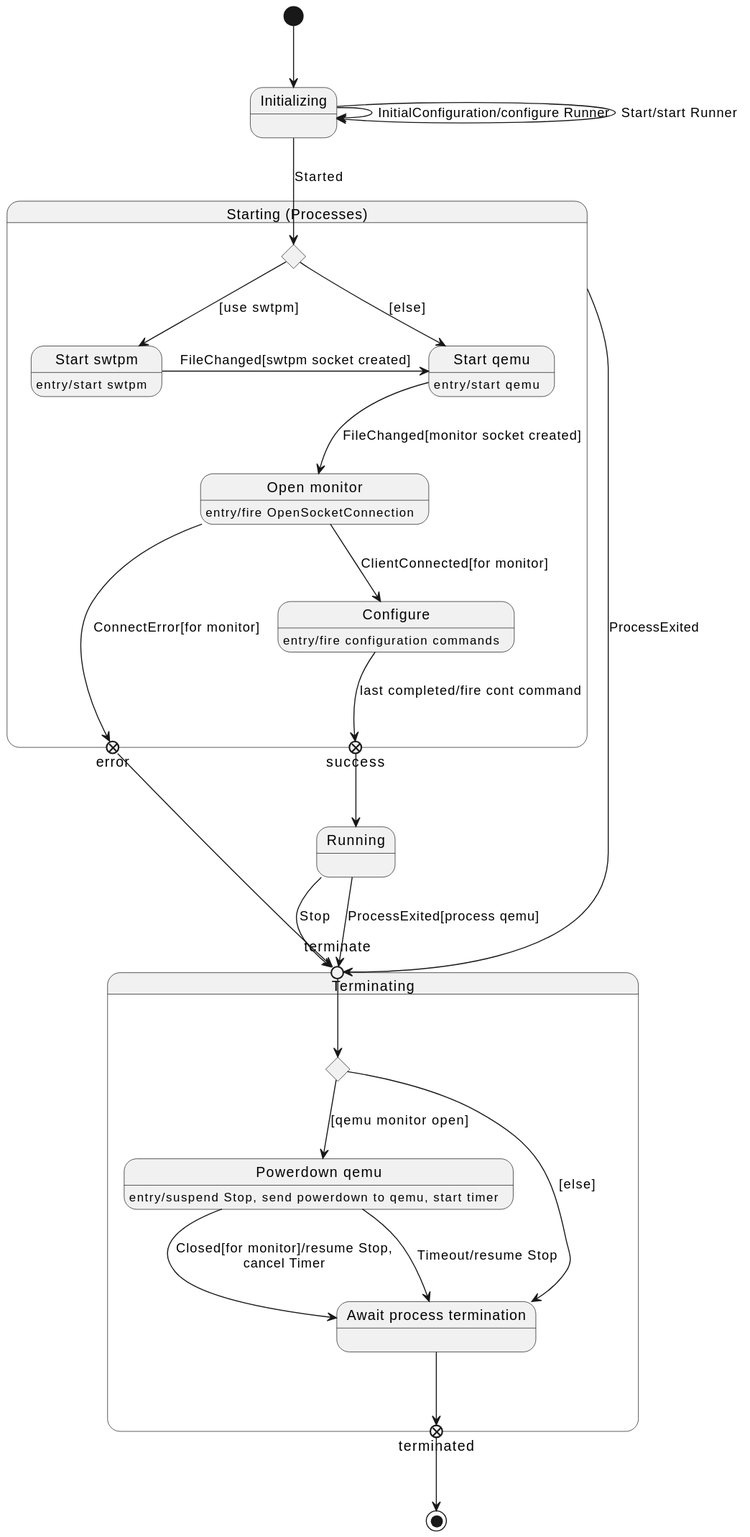
mnlipp/VM-Operator keeps this PlantUML diagram as javadoc/org/jdrupes/vmoperator/runner/qemu/RunnerStates.svg. Above is the earlier version.
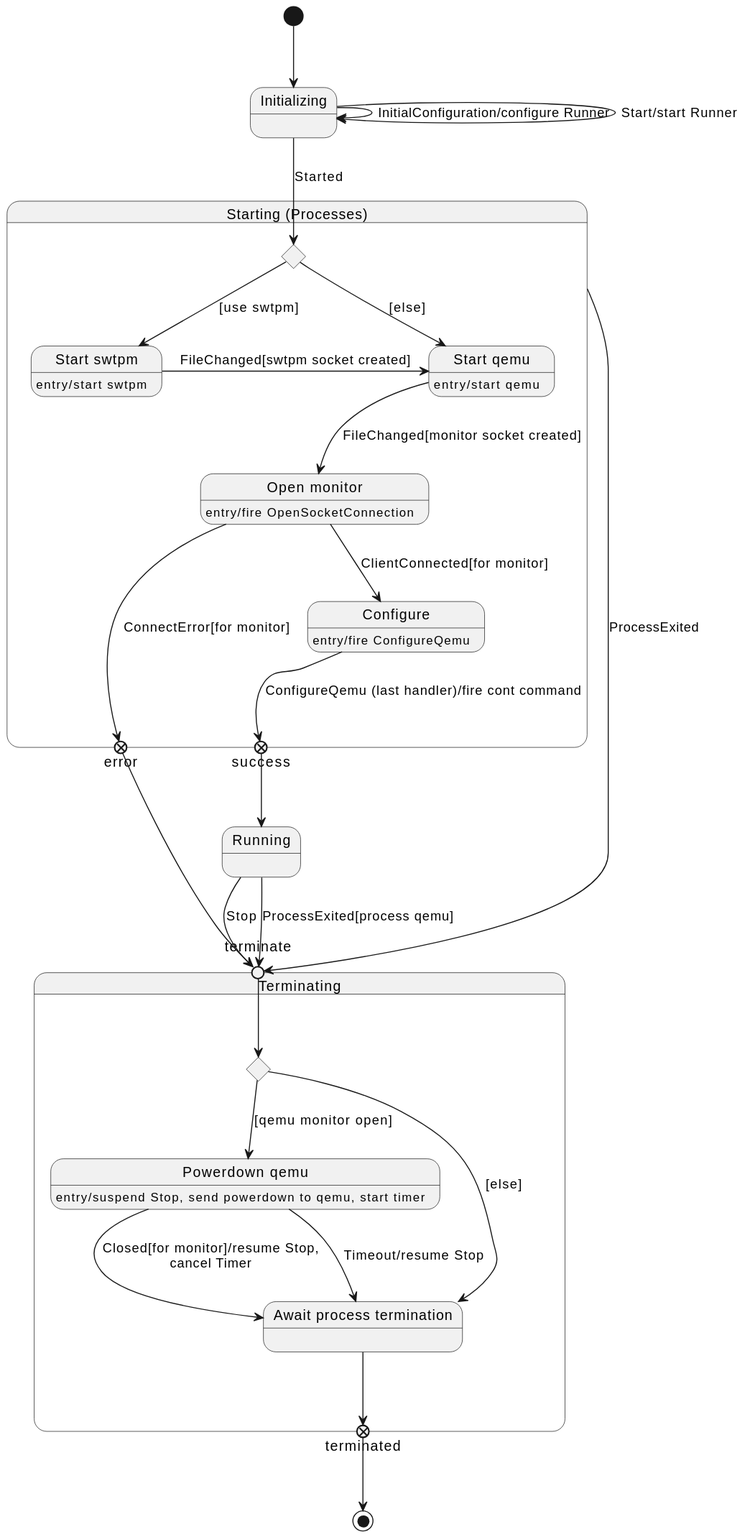
The same diagram one commit later.

The edit, as a diff of the source:
```diff
@@ -26,8 +26,8 @@
      monitor --> configure: ClientConnected[for monitor]
      monitor -> error: ConnectError[for monitor]
 
-     configure: entry/fire configuration commands
-     configure --> success: last completed/fire cont command
+     configure: entry/fire ConfigureQemu
+     configure --> success: ConfigureQemu (last handler)/fire cont command
  }
 
  Initializing --> which: Started
```
